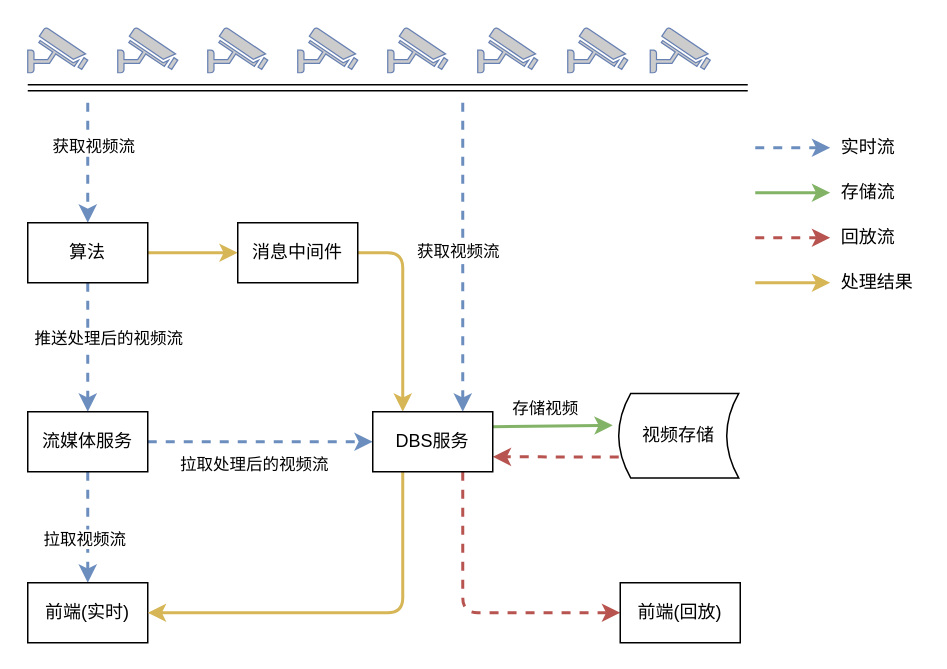
Before: page "数据处理流程" (1 of 3) of dbs.drawio in gggyx/wyx, a draw.io diagram. Source tidied: cells renumbered, new cells numbered last; positions are measured from the earlier drawing's top-left corner, leaving out a move shared by most shapes. Both pictures are drawn from the tidied source at 150%, with x=0, y=0 at pixel (27, 27).
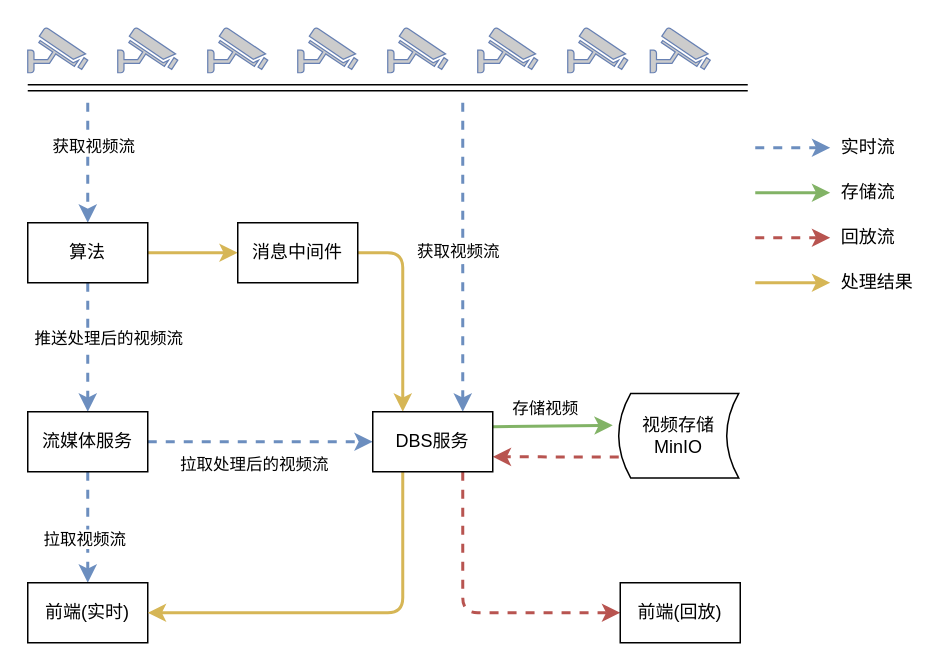
Above is the later version.

Diff of the diagram source:
```diff
@@
-    <mxCell id="20" value="视频存储" style="shape=dataStorage;whiteSpace=wrap;html=1;" parent="1" vertex="1">
+    <mxCell id="20" value="视频存储&lt;br&gt;MinIO" style="shape=dataStorage;whiteSpace=wrap;html=1;" parent="1" vertex="1">
       <mxGeometry x="394" y="243.8" width="80" height="56.4" as="geometry" />
     </mxCell>
```
